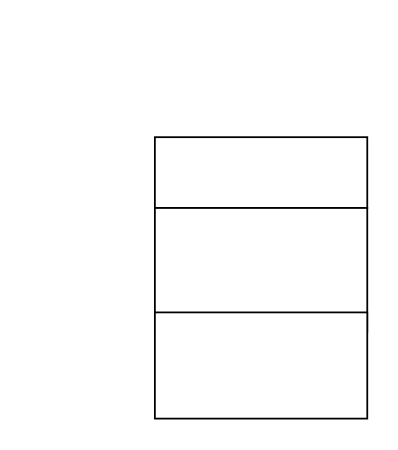
This is DesignPattern.drawio from apeishuai/Study-Reference, a draw.io file, before an edit. Source tidied: cells renumbered, new cells numbered last; positions are measured from the earlier drawing's top-left corner, leaving out a move shared by most shapes. Both pictures are drawn from the tidied source at 177%, with x=0, y=0 at pixel (154, 136).
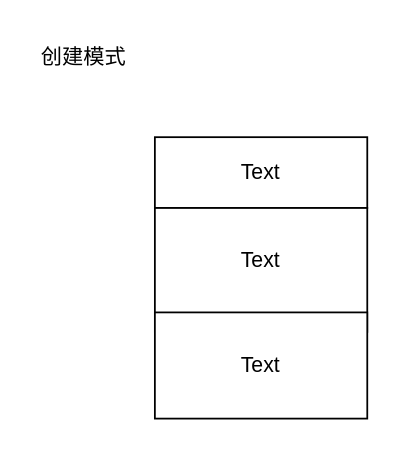
The same diagram, later.

What changed in the source:
```diff
@@
 <mxGraphModel>
   <root>
     <mxCell id="0" />
     <mxCell id="1" parent="0" />
     <mxCell id="2" style="rounded=0;whiteSpace=wrap;html=1;" parent="1" vertex="1">
       <mxGeometry width="120" height="40" as="geometry" />
     </mxCell>
     <mxCell id="3" style="rounded=0;whiteSpace=wrap;html=1;" parent="1" vertex="1">
       <mxGeometry y="40" width="120" height="70" as="geometry" />
     </mxCell>
     <mxCell id="4" style="rounded=0;whiteSpace=wrap;html=1;" parent="1" vertex="1">
       <mxGeometry y="99" width="120" height="60" as="geometry" />
     </mxCell>
+    <mxCell id="5" value="创建模式" style="text;html=1;strokeColor=none;fillColor=none;align=center;verticalAlign=middle;whiteSpace=wrap;rounded=0;" parent="1" vertex="1">
+      <mxGeometry x="-70" y="-60" width="60" height="30" as="geometry" />
+    </mxCell>
+    <mxCell id="6" value="Text" style="text;html=1;strokeColor=none;fillColor=none;align=center;verticalAlign=middle;whiteSpace=wrap;rounded=0;" parent="1" vertex="1">
+      <mxGeometry width="120" height="40" as="geometry" />
+    </mxCell>
+    <mxCell id="7" value="Text" style="text;html=1;strokeColor=none;fillColor=none;align=center;verticalAlign=middle;whiteSpace=wrap;rounded=0;" parent="1" vertex="1">
+      <mxGeometry y="40" width="120" height="60" as="geometry" />
+    </mxCell>
+    <mxCell id="8" value="Text" style="text;html=1;strokeColor=none;fillColor=none;align=center;verticalAlign=middle;whiteSpace=wrap;rounded=0;" parent="1" vertex="1">
+      <mxGeometry y="98" width="120" height="62" as="geometry" />
+    </mxCell>
   </root>
 </mxGraphModel>
```
